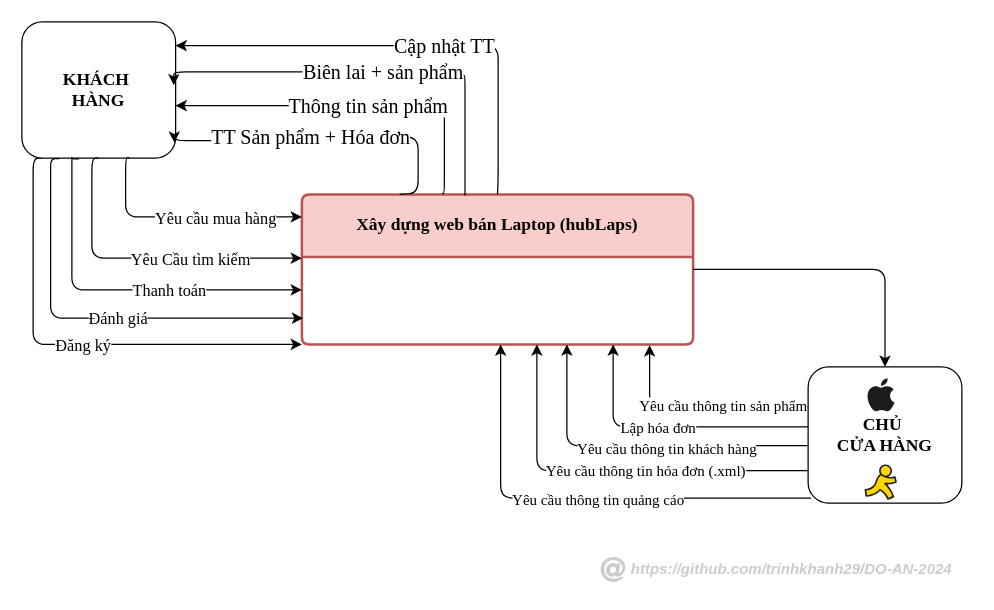
Earlier version of the draw.io diagram page "Sơ đồ DFD" (3 of 5) of shop-hubLaps.drawio (trinhkhanh29/Shop-hubLaps). Source tidied: cells renumbered, new cells numbered last; positions are measured from the earlier drawing's top-left corner, leaving out a move shared by most shapes. Both pictures are drawn from the tidied source at 125%, with x=0, y=0 at pixel (21, 21).
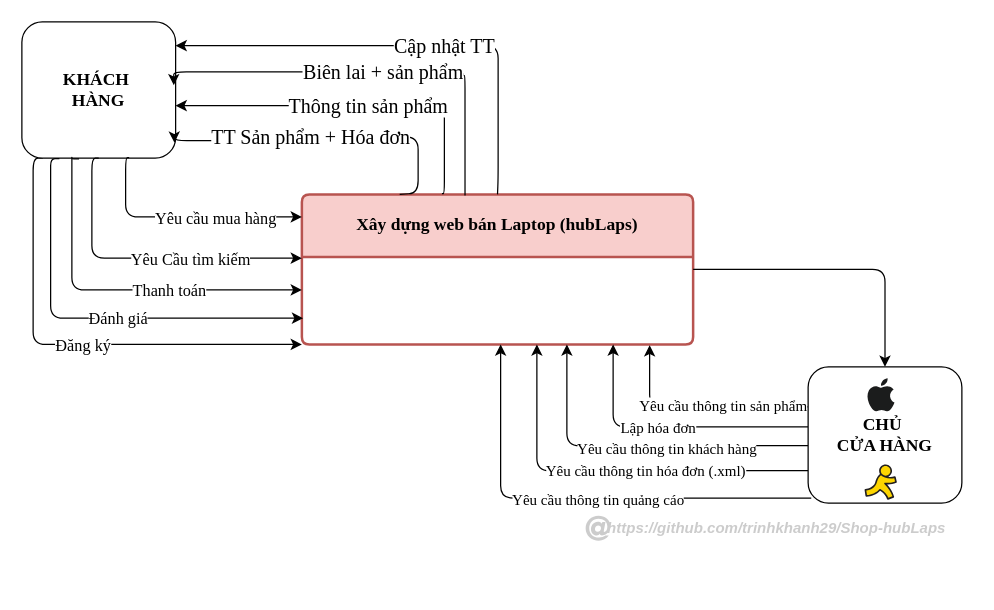
The same diagram, later.

The change refers to these unchanged cells:
```xml
<mxCell id="2" style="group;" parent="1" vertex="1">
  <mxGeometry width="752" height="423.2" as="geometry" />
</mxCell>
```

Change to the diagram source:
```diff
@@
-    <mxCell id="37" style="group;" parent="1" vertex="1">
-      <mxGeometry x="463" y="423" width="297" height="30" as="geometry" />
+    <mxCell id="37" style="group;" parent="2" vertex="1">
+      <mxGeometry x="451" y="390" width="297" height="30" as="geometry" />
     </mxCell>
@@
-    <mxCell id="39" value="&lt;i&gt;&lt;b&gt;&lt;font color=&quot;#cccccc&quot;&gt;https://github.com/trinhkhanh29/DO-AN-2024&lt;/font&gt;&lt;/b&gt;&lt;/i&gt;" style="text;html=1;align=center;verticalAlign=middle;whiteSpace=wrap;rounded=0;" parent="37" vertex="1">
+    <mxCell id="39" value="&lt;i&gt;&lt;b&gt;&lt;font color=&quot;#cccccc&quot;&gt;https://github.com/trinhkhanh29&lt;/font&gt;&lt;/b&gt;&lt;/i&gt;&lt;font color=&quot;#cccccc&quot;&gt;&lt;b&gt;&lt;i&gt;/Shop-hubLaps&lt;/i&gt;&lt;/b&gt;&lt;/font&gt;" style="text;html=1;align=center;verticalAlign=middle;whiteSpace=wrap;rounded=0;" parent="37" vertex="1">
       <mxGeometry x="9" width="288" height="30" as="geometry" />
     </mxCell>
```
